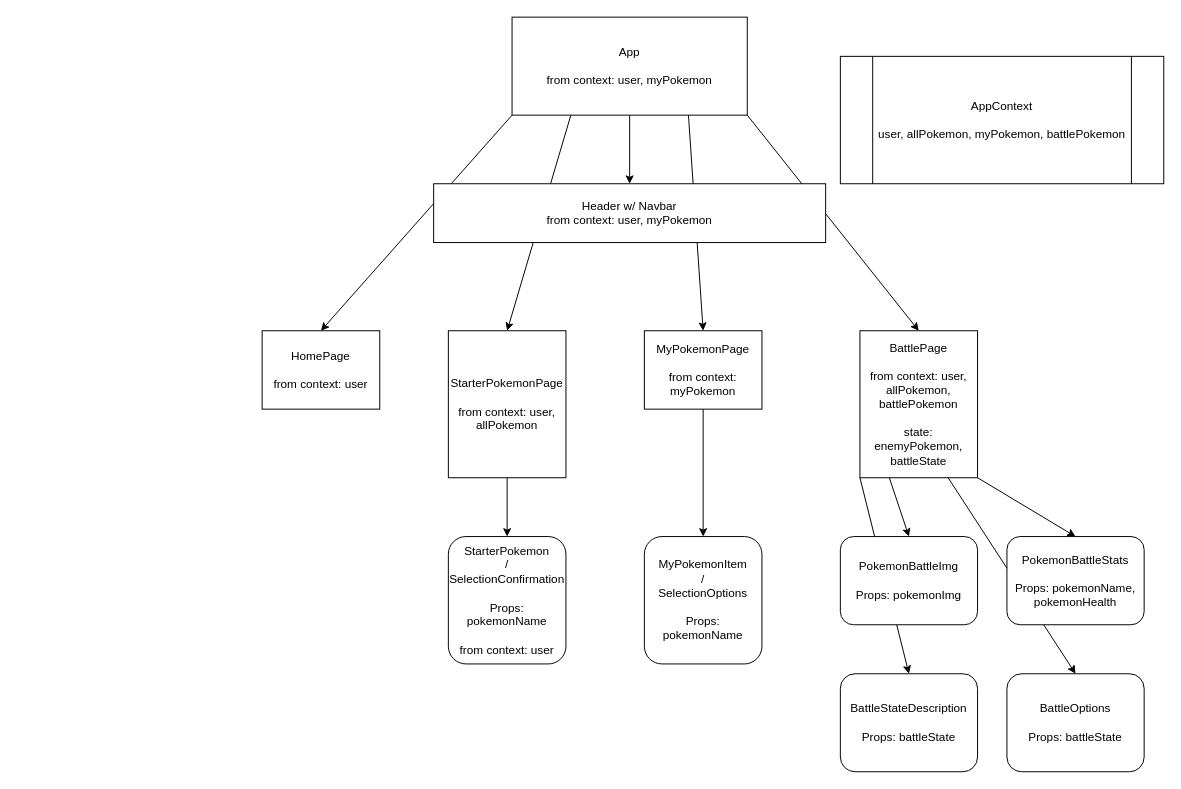
Earlier version of the draw.io diagram planningStuff/FrontendComponents.dio (arnquic/unit3SoloProject-Frontend). Source tidied: cells renumbered, new cells numbered last; positions are measured from the earlier drawing's top-left corner, leaving out a move shared by most shapes. Both pictures are drawn from the tidied source at 98%, with x=0, y=0 at pixel (262, 17).
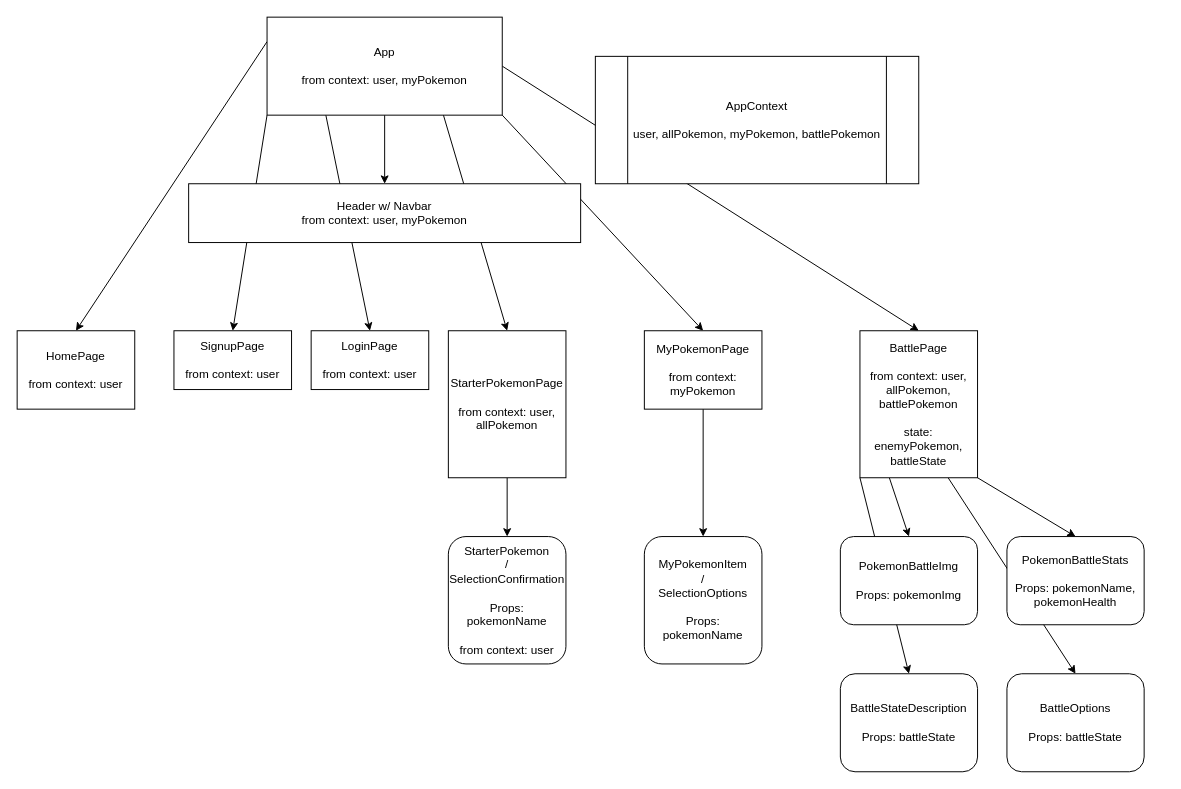
Above is the later version.

Unchanged cells that the change refers to:
```xml
<mxCell id="12" value="StarterPokemonPage&lt;br&gt;&lt;br&gt;from context: user, allPokemon" style="rounded=0;whiteSpace=wrap;html=1;" parent="1" vertex="1">
  <mxGeometry x="190" y="320" width="120" height="150" as="geometry" />
</mxCell>
<mxCell id="14" value="MyPokemonPage&lt;br&gt;&lt;br&gt;from context: myPokemon" style="rounded=0;whiteSpace=wrap;html=1;" parent="1" vertex="1">
  <mxGeometry x="390" y="320" width="120" height="80" as="geometry" />
</mxCell>
<mxCell id="19" value="BattlePage&lt;br&gt;&lt;br&gt;from context: user, allPokemon, battlePokemon&lt;br&gt;&lt;br&gt;state: enemyPokemon,&lt;br&gt;battleState" style="rounded=0;whiteSpace=wrap;html=1;" parent="1" vertex="1">
  <mxGeometry x="610" y="320" width="120" height="150" as="geometry" />
</mxCell>
```

Diff of the diagram source:
```diff
@@
-    <mxCell id="2" style="edgeStyle=none;html=1;exitX=1;exitY=1;exitDx=0;exitDy=0;entryX=0.5;entryY=0;entryDx=0;entryDy=0;" parent="1" edge="1" source="7" target="19">
+    <mxCell id="2" style="edgeStyle=none;html=1;exitX=1;exitY=0.5;exitDx=0;exitDy=0;entryX=0.5;entryY=0;entryDx=0;entryDy=0;" parent="1" edge="1" source="7" target="19">
       <mxGeometry relative="1" as="geometry" />
     </mxCell>
-    <mxCell id="3" style="edgeStyle=none;html=1;exitX=0.75;exitY=1;exitDx=0;exitDy=0;entryX=0.5;entryY=0;entryDx=0;entryDy=0;" parent="1" edge="1" source="7" target="14">
+    <mxCell id="3" style="edgeStyle=none;html=1;exitX=1;exitY=1;exitDx=0;exitDy=0;entryX=0.5;entryY=0;entryDx=0;entryDy=0;" parent="1" edge="1" source="7" target="14">
       <mxGeometry relative="1" as="geometry" />
     </mxCell>
@@
-    <mxCell id="5" style="edgeStyle=none;html=1;exitX=0.25;exitY=1;exitDx=0;exitDy=0;entryX=0.5;entryY=0;entryDx=0;entryDy=0;" parent="1" edge="1" source="7" target="12">
+    <mxCell id="5" style="edgeStyle=none;html=1;exitX=0.75;exitY=1;exitDx=0;exitDy=0;entryX=0.5;entryY=0;entryDx=0;entryDy=0;" parent="1" edge="1" source="7" target="12">
       <mxGeometry relative="1" as="geometry" />
     </mxCell>
-    <mxCell id="6" style="edgeStyle=none;html=1;exitX=0;exitY=1;exitDx=0;exitDy=0;entryX=0.5;entryY=0;entryDx=0;entryDy=0;" parent="1" edge="1" source="7" target="9">
+    <mxCell id="6" style="edgeStyle=none;html=1;exitX=0;exitY=0.25;exitDx=0;exitDy=0;entryX=0.5;entryY=0;entryDx=0;entryDy=0;" parent="1" edge="1" source="7" target="9">
       <mxGeometry relative="1" as="geometry" />
     </mxCell>
+    <mxCell id="26" style="edgeStyle=none;html=1;exitX=0;exitY=1;exitDx=0;exitDy=0;entryX=0.5;entryY=0;entryDx=0;entryDy=0;" parent="1" edge="1" source="7" target="28">
+      <mxGeometry relative="1" as="geometry" />
+    </mxCell>
+    <mxCell id="27" style="edgeStyle=none;html=1;exitX=0.25;exitY=1;exitDx=0;exitDy=0;entryX=0.5;entryY=0;entryDx=0;entryDy=0;" parent="1" edge="1" source="7" target="29">
+      <mxGeometry relative="1" as="geometry" />
+    </mxCell>
     <mxCell id="7" value="App&lt;br&gt;&lt;br&gt;from context: user, myPokemon" style="rounded=0;whiteSpace=wrap;html=1;" parent="1" vertex="1">
-      <mxGeometry x="255" width="240" height="100" as="geometry" />
+      <mxGeometry x="5" width="240" height="100" as="geometry" />
     </mxCell>
     <mxCell id="8" value="AppContext&lt;br&gt;&lt;br&gt;user, allPokemon, myPokemon, battlePokemon" style="shape=process;whiteSpace=wrap;html=1;backgroundOutline=1;" parent="1" vertex="1">
-      <mxGeometry x="590" y="40" width="330" height="130" as="geometry" />
+      <mxGeometry x="340" y="40" width="330" height="130" as="geometry" />
     </mxCell>
     <mxCell id="9" value="HomePage&lt;br&gt;&lt;br&gt;from context: user" style="rounded=0;whiteSpace=wrap;html=1;" parent="1" vertex="1">
-      <mxGeometry y="320" width="120" height="80" as="geometry" />
+      <mxGeometry x="-250" y="320" width="120" height="80" as="geometry" />
     </mxCell>
     <mxCell id="10" value="Header w/ Navbar&lt;br&gt;from context: user, myPokemon" style="rounded=0;whiteSpace=wrap;html=1;" parent="1" vertex="1">
-      <mxGeometry x="175" y="170" width="400" height="60" as="geometry" />
+      <mxGeometry x="-75" y="170" width="400" height="60" as="geometry" />
     </mxCell>
@@
+    <mxCell id="28" value="SignupPage&lt;br&gt;&lt;br&gt;from context: user" style="rounded=0;whiteSpace=wrap;html=1;" parent="1" vertex="1">
+      <mxGeometry x="-90" y="320" width="120" height="60" as="geometry" />
+    </mxCell>
+    <mxCell id="29" value="LoginPage&lt;br&gt;&lt;br&gt;from context: user" style="rounded=0;whiteSpace=wrap;html=1;" parent="1" vertex="1">
+      <mxGeometry x="50" y="320" width="120" height="60" as="geometry" />
+    </mxCell>
```
